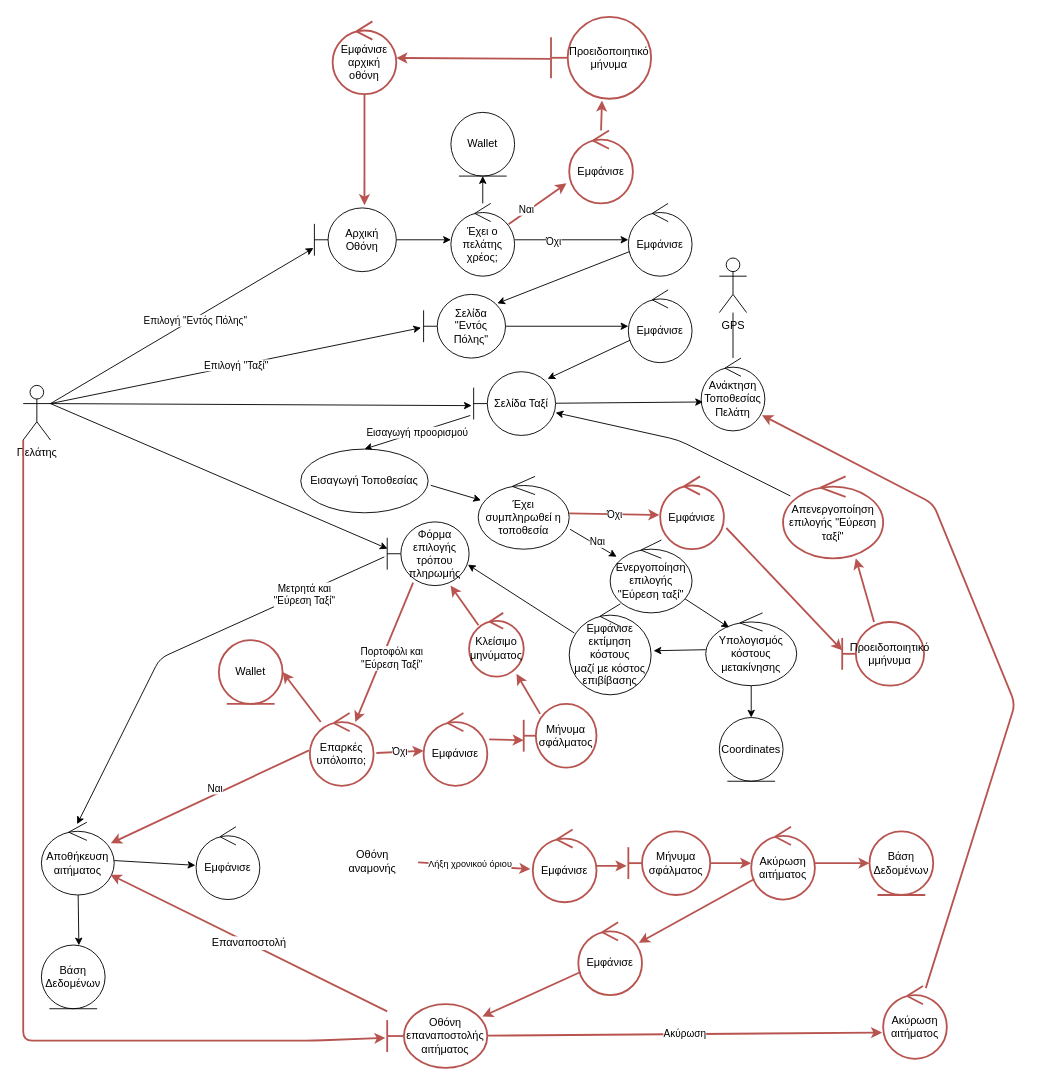
This is Part_2/Robustness/diagrams/07_Επιλογή_Τάξι.drawio from Nikolis2002/texnoligia_logismikou, a draw.io file, before an edit. Source tidied: cells renumbered, new cells numbered last; positions are measured from the earlier drawing's top-left corner, leaving out a move shared by most shapes. Both pictures are drawn from the tidied source at 91%, with x=0, y=0 at pixel (23, 16).
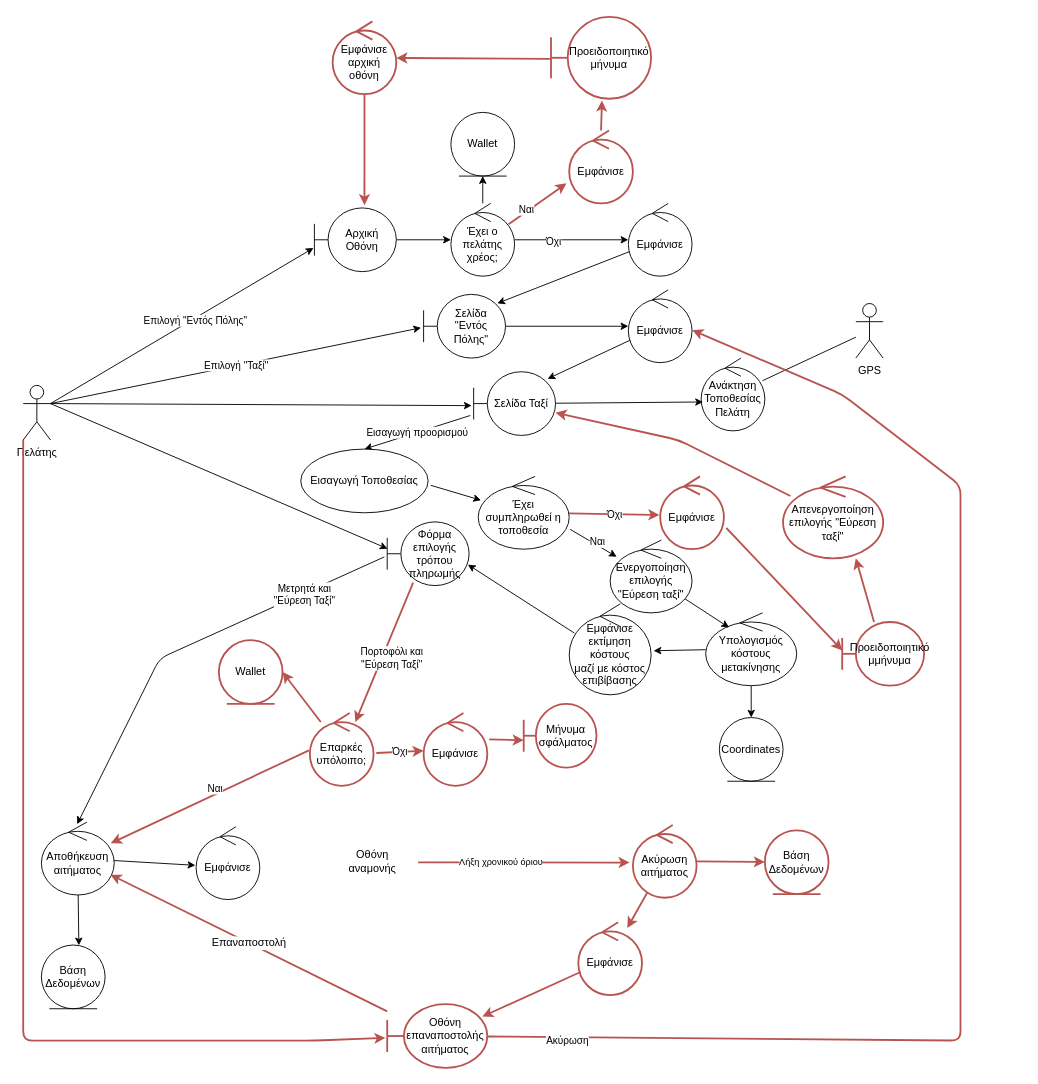
After the change.

Commit message (it also covers changes not shown here):
Use case 7

The change refers to these unchanged cells:
```xml
<mxCell id="22" value="Ανάκτηση Τοποθεσίας Πελάτη" style="ellipse;shape=umlControl;whiteSpace=wrap;html=1;" parent="1" vertex="1">
  <mxGeometry x="745" y="375" width="70" height="80" as="geometry" />
</mxCell>
<mxCell id="40" value="Φόρμα επιλογής τρόπου πληρωμής" style="shape=umlBoundary;whiteSpace=wrap;html=1;" parent="1" vertex="1">
  <mxGeometry x="400" y="555" width="90" height="70" as="geometry" />
</mxCell>
<mxCell id="54" value="Απενεργοποίηση επιλογής &quot;Εύρεση ταξί&quot;" style="ellipse;shape=umlControl;whiteSpace=wrap;html=1;fillColor=none;strokeColor=#b85450;strokeWidth=2;" parent="1" vertex="1">
  <mxGeometry x="835" y="505" width="110" height="90" as="geometry" />
</mxCell>
<mxCell id="69" value="Οθόνη επαναποστολής αιτήματος" style="shape=umlBoundary;whiteSpace=wrap;html=1;fillColor=none;strokeColor=#b85450;strokeWidth=2;" parent="1" vertex="1">
  <mxGeometry x="400" y="1085" width="110" height="70" as="geometry" />
</mxCell>
<mxCell id="81" value="Μήνυμα&lt;br&gt;σφάλματος" style="shape=umlBoundary;whiteSpace=wrap;html=1;strokeColor=#B85450;strokeWidth=2;" parent="1" vertex="1">
  <mxGeometry x="550" y="755" width="80" height="70" as="geometry" />
</mxCell>
<mxCell id="86" value="Οθόνη αναμονής" style="shape=umlBoundary;whiteSpace=wrap;html=1;fillColor=none;strokeColor=#FFFFFF;" parent="1" vertex="1">
  <mxGeometry x="320" y="893" width="110" height="70" as="geometry" />
</mxCell>
<mxCell id="89" value="Σελίδα Ταξί" style="shape=umlBoundary;whiteSpace=wrap;html=1;" parent="1" vertex="1">
  <mxGeometry x="495" y="390" width="90" height="70" as="geometry" />
</mxCell>
<mxCell id="91" value="Εμφάνισε" style="ellipse;shape=umlControl;whiteSpace=wrap;html=1;" parent="1" vertex="1">
  <mxGeometry x="665" y="300" width="70" height="80" as="geometry" />
</mxCell>
```

What changed in the source:
```diff
@@
     <mxCell id="23" value="GPS" style="shape=umlActor;verticalLabelPosition=bottom;verticalAlign=top;html=1;" parent="1" vertex="1">
-      <mxGeometry x="765" y="265" width="30" height="60" as="geometry" />
+      <mxGeometry x="915" y="315" width="30" height="60" as="geometry" />
     </mxCell>
@@
-    <mxCell id="44" style="edgeStyle=none;html=1;strokeWidth=2;fillColor=#f8cecc;strokeColor=#b85450;entryX=-0.038;entryY=0.544;entryDx=0;entryDy=0;entryPerimeter=0;startArrow=none;exitX=1.036;exitY=0.517;exitDx=0;exitDy=0;exitPerimeter=0;" parent="1" edge="1" source="86" target="64">
+    <mxCell id="44" style="edgeStyle=none;html=1;strokeWidth=2;fillColor=#f8cecc;strokeColor=#b85450;entryX=-0.052;entryY=0.517;entryDx=0;entryDy=0;entryPerimeter=0;startArrow=none;exitX=1.036;exitY=0.517;exitDx=0;exitDy=0;exitPerimeter=0;" parent="1" edge="1" source="86" target="95">
       <mxGeometry relative="1" as="geometry" />
     </mxCell>
@@
-    <mxCell id="53" style="edgeStyle=none;html=1;" parent="1" edge="1" source="54" target="89">
+    <mxCell id="53" style="edgeStyle=none;html=1;fontSize=10;strokeColor=#B85450;strokeWidth=2;" parent="1" edge="1" source="54" target="89">
       <mxGeometry relative="1" as="geometry">
         <Array as="points">
           <mxPoint x="720" y="465" />
         </Array>
       </mxGeometry>
     </mxCell>
@@
-    <mxCell id="60" style="edgeStyle=none;html=1;strokeWidth=2;fillColor=#f8cecc;strokeColor=#b85450;exitX=0.172;exitY=0.195;exitDx=0;exitDy=0;exitPerimeter=0;" parent="1" edge="1" source="82" target="40">
-      <mxGeometry relative="1" as="geometry" />
-    </mxCell>
@@
-    <mxCell id="63" style="edgeStyle=none;html=1;strokeColor=#B85450;strokeWidth=2;fontSize=10;entryX=-0.022;entryY=0.543;entryDx=0;entryDy=0;entryPerimeter=0;" parent="1" edge="1" source="64" target="85">
-      <mxGeometry relative="1" as="geometry" />
-    </mxCell>
-    <mxCell id="64" value="Εμφάνισε" style="ellipse;shape=umlControl;whiteSpace=wrap;html=1;fillColor=none;strokeColor=#b85450;strokeWidth=2;" parent="1" vertex="1">
-      <mxGeometry x="560" y="893" width="70" height="80" as="geometry" />
-    </mxCell>
@@
-    <mxCell id="67" value="Ακύρωση" style="edgeStyle=none;html=1;entryX=-0.017;entryY=0.64;entryDx=0;entryDy=0;entryPerimeter=0;strokeWidth=2;strokeColor=#B85450;" parent="1" edge="1" source="69" target="71">
-      <mxGeometry relative="1" as="geometry" />
+    <mxCell id="67" value="Ακύρωση" style="edgeStyle=none;html=1;strokeWidth=2;strokeColor=#B85450;entryX=1.003;entryY=0.553;entryDx=0;entryDy=0;entryPerimeter=0;" parent="1" edge="1" source="69" target="91">
+      <mxGeometry x="-0.88" y="-4" relative="1" as="geometry">
+        <Array as="points">
+          <mxPoint x="1030" y="1125" />
+          <mxPoint x="1030" y="515" />
+          <mxPoint x="900" y="415" />
+        </Array>
+      </mxGeometry>
     </mxCell>
@@
-    <mxCell id="70" style="edgeStyle=none;html=1;entryX=0.955;entryY=0.784;entryDx=0;entryDy=0;entryPerimeter=0;fontSize=12;fillColor=none;strokeColor=#b85450;strokeWidth=2;" parent="1" edge="1" source="71" target="22">
-      <mxGeometry relative="1" as="geometry">
-        <Array as="points">
-          <mxPoint x="1090" y="755" />
-          <mxPoint x="1000" y="535" />
-        </Array>
-      </mxGeometry>
-    </mxCell>
-    <mxCell id="71" value="Ακύρωση αιτήματος" style="ellipse;shape=umlControl;whiteSpace=wrap;html=1;fillColor=none;strokeColor=#b85450;strokeWidth=2;" parent="1" vertex="1">
-      <mxGeometry x="945" y="1065" width="70" height="80" as="geometry" />
-    </mxCell>
@@
     <mxCell id="73" value="Βάση Δεδομένων" style="ellipse;shape=umlEntity;whiteSpace=wrap;html=1;fillColor=none;strokeColor=#b85450;strokeWidth=2;" parent="1" vertex="1">
-      <mxGeometry x="930" y="895" width="70" height="70" as="geometry" />
+      <mxGeometry x="815" y="894" width="70" height="70" as="geometry" />
     </mxCell>
@@
-    <mxCell id="80" style="edgeStyle=none;html=1;strokeColor=#B85450;fontSize=10;strokeWidth=2;entryX=0.867;entryY=0.957;entryDx=0;entryDy=0;entryPerimeter=0;exitX=0.225;exitY=0.157;exitDx=0;exitDy=0;exitPerimeter=0;" parent="1" edge="1" source="81" target="82">
-      <mxGeometry relative="1" as="geometry" />
-    </mxCell>
@@
-    <mxCell id="82" value="Κλείσιμο μηνύματος" style="ellipse;shape=umlControl;whiteSpace=wrap;html=1;fillColor=none;strokeColor=#b85450;strokeWidth=2;" parent="1" vertex="1">
-      <mxGeometry x="490" y="655" width="60" height="70" as="geometry" />
-    </mxCell>
@@
-    <mxCell id="84" style="edgeStyle=none;html=1;fontSize=12;fillColor=none;strokeColor=#b85450;strokeWidth=2;" parent="1" edge="1" source="85" target="95">
-      <mxGeometry relative="1" as="geometry" />
-    </mxCell>
-    <mxCell id="85" value="Μήνυμα σφάλματος" style="shape=umlBoundary;whiteSpace=wrap;html=1;strokeColor=#B85450;strokeWidth=2;" parent="1" vertex="1">
-      <mxGeometry x="665" y="895" width="90" height="70" as="geometry" />
-    </mxCell>
@@
     <mxCell id="95" value="Ακύρωση αιτήματος" style="ellipse;shape=umlControl;whiteSpace=wrap;html=1;fillColor=none;strokeColor=#b85450;strokeWidth=2;" parent="1" vertex="1">
-      <mxGeometry x="800" y="890" width="70" height="80" as="geometry" />
+      <mxGeometry x="670" y="888" width="70" height="80" as="geometry" />
     </mxCell>
```
